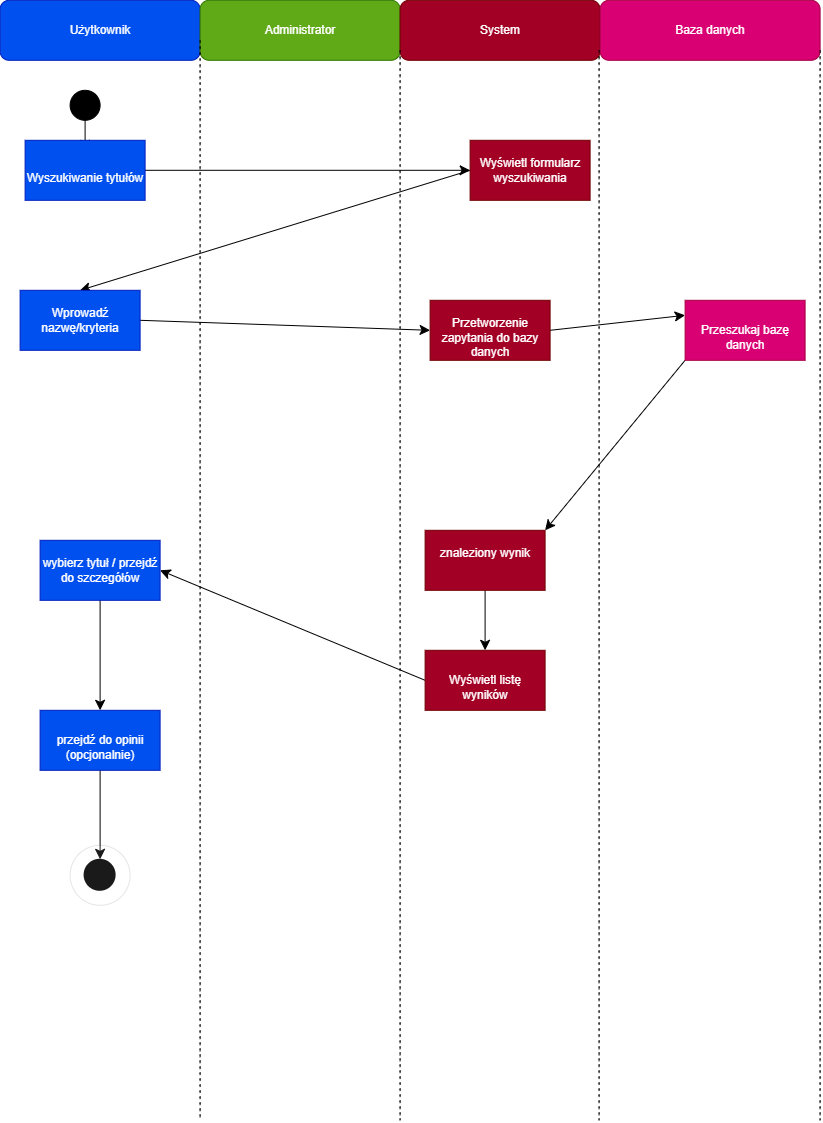
Above: diagramy/przypadki użycia/diagram aktywności/_ Wyszukiwanie tytułów.drawio.png in Glurek13/Bartek-wojcik-projekt (draw.io), before the change. Source tidied: cells renumbered, new cells last; positions are measured from the earlier drawing's top-left corner, leaving out a move shared by most shapes.
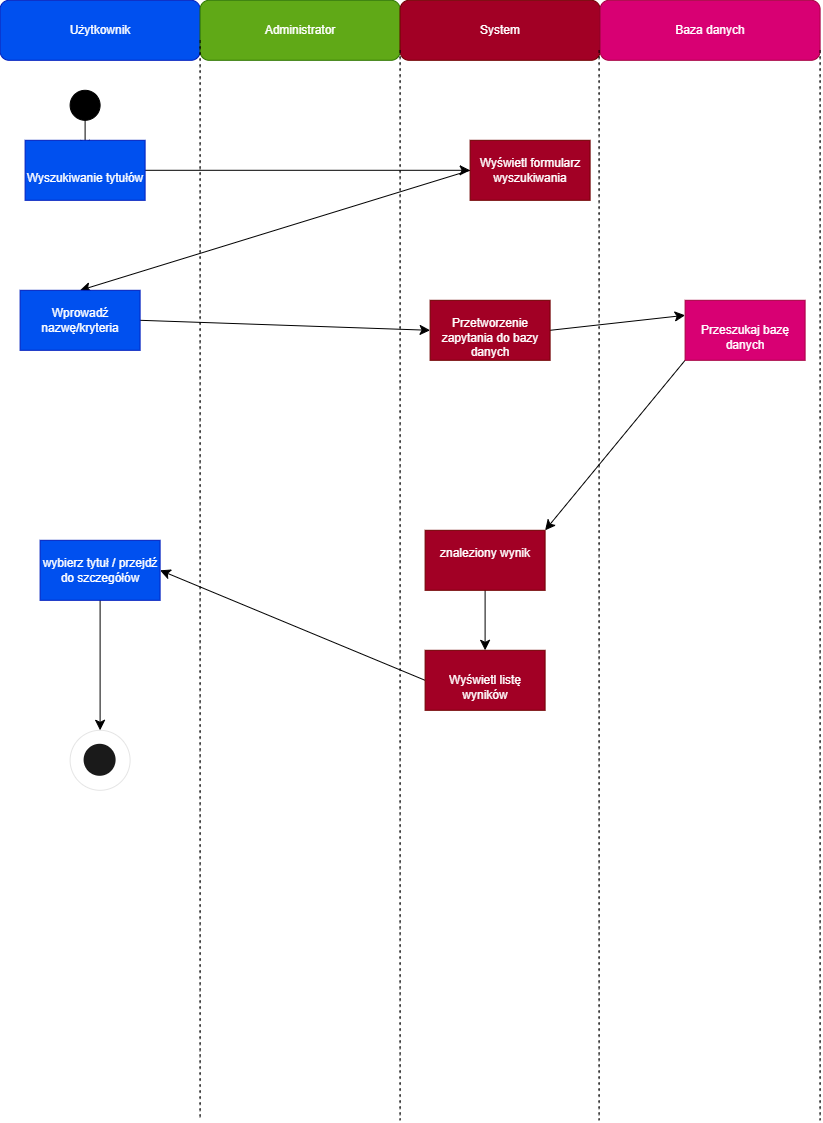
Later version of the same file.

Commit message:
diagram aktywności

What changed in the source:
```diff
@@ -52,12 +52,9 @@
     <mxCell id="13" style="edgeStyle=none;curved=1;rounded=0;jettySize=auto;html=1;fontSize=12;startSize=8;endSize=8;entryX=0.5;entryY=0;entryDx=0;entryDy=0;exitX=0;exitY=0.5;exitDx=0;exitDy=0;" parent="1" edge="1" source="29" target="27">
       <mxGeometry relative="1" as="geometry" />
     </mxCell>
-    <mxCell id="14" style="edgeStyle=none;curved=1;rounded=0;jettySize=auto;html=1;fontSize=12;startSize=8;endSize=8;exitX=0.5;exitY=1;exitDx=0;exitDy=0;entryX=0.5;entryY=0;entryDx=0;entryDy=0;" parent="1" edge="1" source="25" target="26">
+    <mxCell id="14" style="edgeStyle=none;curved=1;rounded=0;jettySize=auto;html=1;fontSize=12;startSize=8;endSize=8;exitX=0.5;exitY=1;exitDx=0;exitDy=0;" parent="1" edge="1" source="25" target="30">
       <mxGeometry relative="1" as="geometry" />
     </mxCell>
-    <mxCell id="15" style="edgeStyle=none;curved=1;rounded=0;jettySize=auto;html=1;fontSize=12;startSize=8;endSize=8;entryX=0.5;entryY=0;entryDx=0;entryDy=0;exitX=0.5;exitY=1;exitDx=0;exitDy=0;" parent="1" edge="1" source="26" target="21">
-      <mxGeometry relative="1" as="geometry" />
-    </mxCell>
     <mxCell id="16" style="edgeStyle=none;curved=1;rounded=0;jettySize=auto;html=1;fontSize=12;startSize=8;endSize=8;entryX=0;entryY=0.25;entryDx=0;entryDy=0;exitX=1;exitY=0.5;exitDx=0;exitDy=0;" parent="1" edge="1" source="31" target="24">
       <mxGeometry relative="1" as="geometry" />
     </mxCell>
@@ -74,7 +71,7 @@
       <mxGeometry relative="1" as="geometry" />
     </mxCell>
     <mxCell id="21" style="ellipse;whiteSpace=wrap;html=1;shapeInside=1;fillColor=light-dark(#000000,#000000);strokeWidth=2;perimeterSpacing=1;" parent="1" vertex="1">
-      <mxGeometry x="85" y="860" width="30" height="30" as="geometry" />
+      <mxGeometry x="85" y="745" width="30" height="30" as="geometry" />
     </mxCell>
     <mxCell id="22" value="&lt;div&gt;&lt;br&gt;&lt;/div&gt;&lt;div&gt;znaleziony wynik&lt;/div&gt;&lt;div&gt;&lt;br&gt;&lt;/div&gt;&lt;div&gt;&lt;br&gt;&lt;/div&gt;" style="rounded=0;whiteSpace=wrap;html=1;fillColor=#a20025;fontColor=#ffffff;strokeColor=#6F0000;" parent="1" vertex="1">
       <mxGeometry x="425" y="530" width="120" height="60" as="geometry" />
@@ -88,9 +85,6 @@
     <mxCell id="25" value="wybierz tytuł / przejdź do szczegółów" style="rounded=0;whiteSpace=wrap;html=1;fillColor=#0050ef;fontColor=#ffffff;strokeColor=#001DBC;" parent="1" vertex="1">
       <mxGeometry x="40" y="540" width="120" height="60" as="geometry" />
     </mxCell>
-    <mxCell id="26" value="&lt;br&gt;&lt;div&gt;&lt;div&gt;przejdź do opinii (opcjonalnie)&lt;/div&gt;&lt;/div&gt;" style="rounded=0;whiteSpace=wrap;html=1;fillColor=#0050ef;fontColor=#ffffff;strokeColor=#001DBC;" parent="1" vertex="1">
-      <mxGeometry x="40" y="710" width="120" height="60" as="geometry" />
-    </mxCell>
     <mxCell id="27" value="&lt;br&gt;&lt;div&gt;&lt;span style=&quot;background-color: transparent; color: light-dark(rgb(255, 255, 255), rgb(18, 18, 18));&quot;&gt;&lt;div style=&quot;&quot;&gt;&lt;span style=&quot;background-color: transparent; color: light-dark(rgb(255, 255, 255), rgb(18, 18, 18));&quot;&gt;Wprowadź nazwę/kryteria&lt;/span&gt;&lt;/div&gt;&lt;/span&gt;&lt;/div&gt;&lt;div&gt;&lt;br&gt;&lt;/div&gt;" style="rounded=0;whiteSpace=wrap;html=1;fillColor=#0050ef;fontColor=#ffffff;strokeColor=#001DBC;align=center;" parent="1" vertex="1">
       <mxGeometry x="20" y="290" width="120" height="60" as="geometry" />
     </mxCell>
@@ -101,7 +95,7 @@
       <mxGeometry x="470" y="140" width="120" height="60" as="geometry" />
     </mxCell>
     <mxCell id="30" style="ellipse;whiteSpace=wrap;html=1;shapeInside=1;opacity=10;" parent="1" vertex="1">
-      <mxGeometry x="70" y="845" width="60" height="60" as="geometry" />
+      <mxGeometry x="70" y="730" width="60" height="60" as="geometry" />
     </mxCell>
     <mxCell id="31" value="&lt;br&gt;&lt;div&gt;&lt;/div&gt;&lt;div&gt;Przetworzenie zapytania do bazy danych&lt;/div&gt;" style="rounded=0;whiteSpace=wrap;html=1;fillColor=#a20025;fontColor=#ffffff;strokeColor=#6F0000;" parent="1" vertex="1">
       <mxGeometry x="430" y="300" width="120" height="60" as="geometry" />
```
